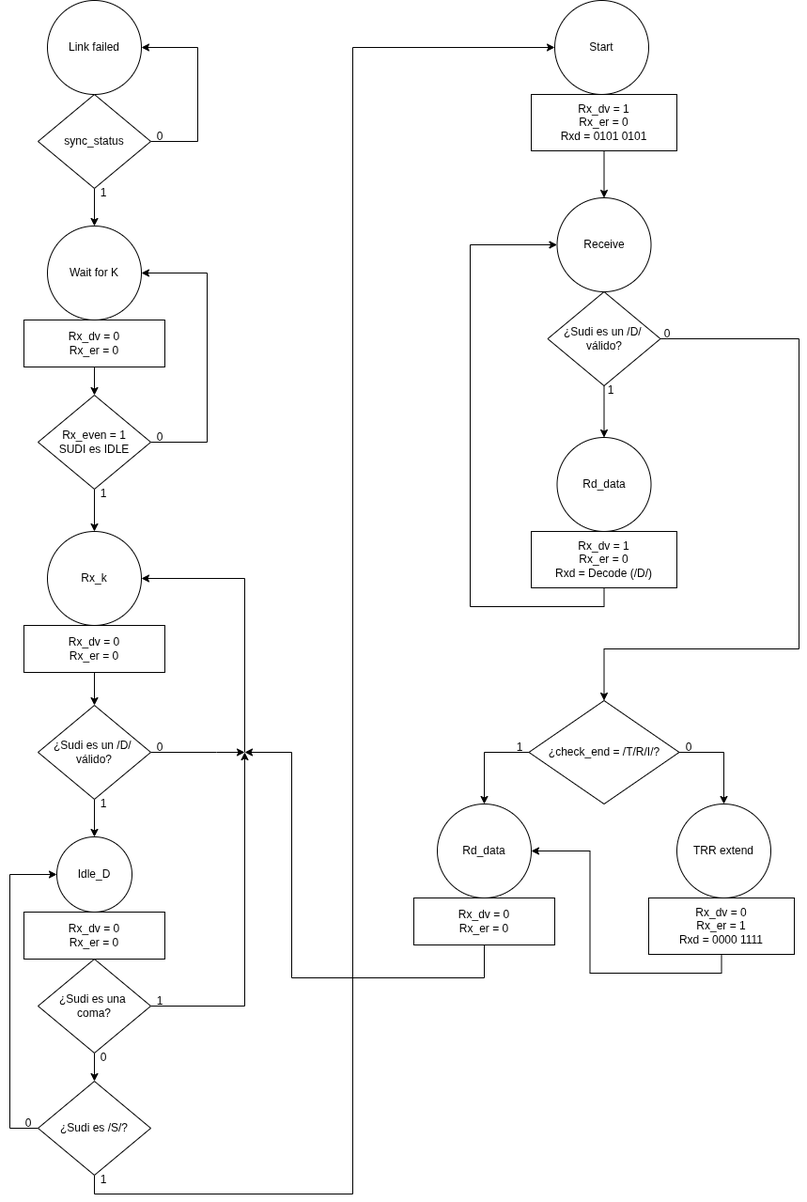
The draw.io diagram docs/images/receive_asm.png in dan1elsaenz/ie0523-proyecto, before a commit. Source tidied: cells renumbered, new cells last; positions are measured from the earlier drawing's top-left corner, leaving out a move shared by most shapes.
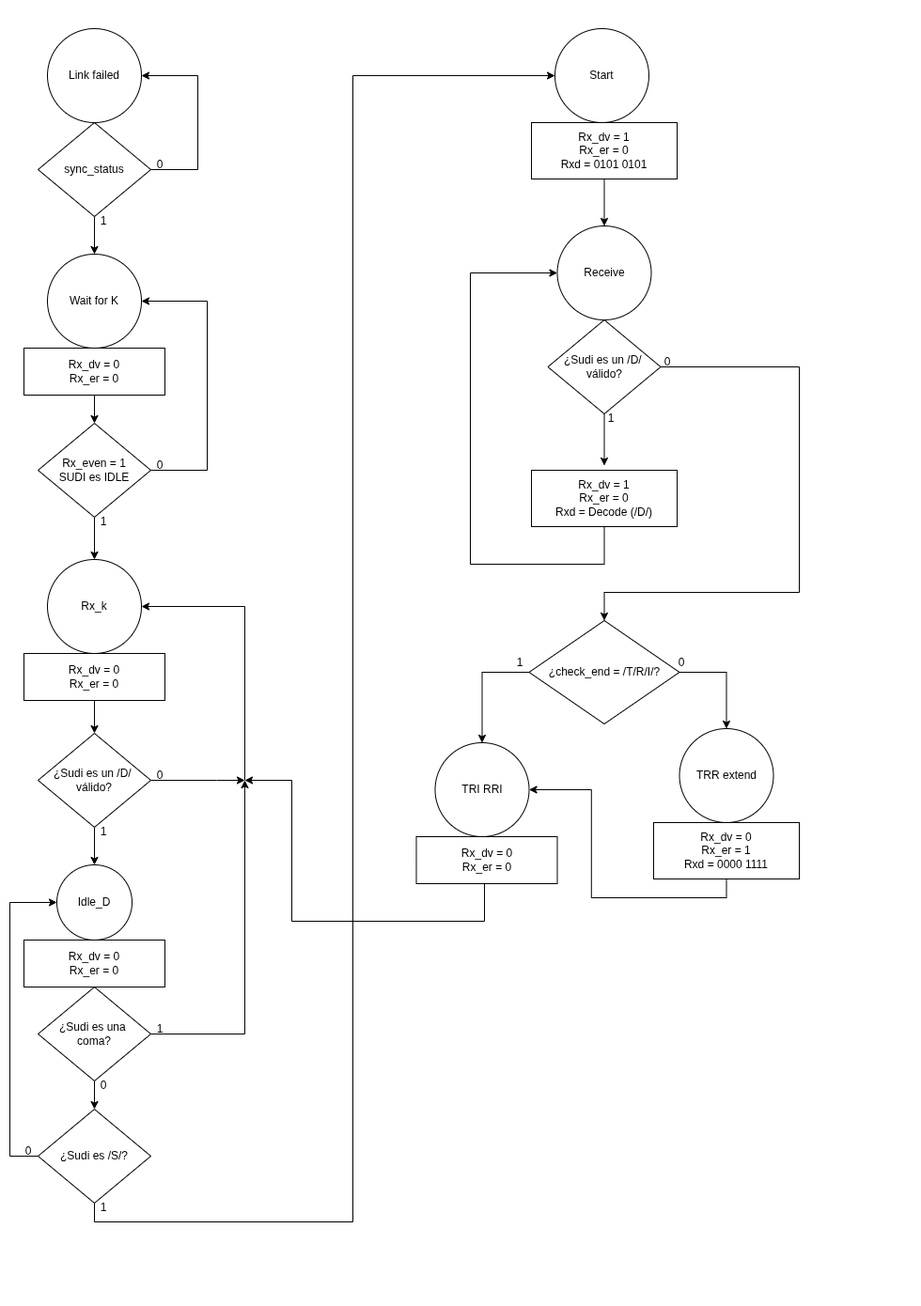
Later version of the same file.

Diff of the diagram source:
```diff
@@ -142,35 +142,34 @@
     <mxCell id="39" value="Receive" style="ellipse;whiteSpace=wrap;html=1;" parent="1" vertex="1">
       <mxGeometry x="592.5" y="210" width="100" height="100" as="geometry" />
     </mxCell>
-    <mxCell id="40" style="edgeStyle=orthogonalEdgeStyle;rounded=0;jettySize=auto;html=1;exitX=0.5;exitY=1;exitDx=0;exitDy=0;entryX=0.5;entryY=0;entryDx=0;entryDy=0;" parent="1" edge="1" source="42" target="43">
-      <mxGeometry relative="1" as="geometry" />
+    <mxCell id="40" style="edgeStyle=orthogonalEdgeStyle;rounded=0;jettySize=auto;html=1;exitX=0.5;exitY=1;exitDx=0;exitDy=0;entryX=0.5;entryY=0;entryDx=0;entryDy=0;" parent="1" edge="1" source="42">
+      <mxGeometry relative="1" as="geometry">
+        <mxPoint x="642.5" y="465" as="targetPoint" />
+      </mxGeometry>
     </mxCell>
     <mxCell id="41" style="edgeStyle=orthogonalEdgeStyle;rounded=0;jettySize=auto;html=1;exitX=1;exitY=0.5;exitDx=0;exitDy=0;entryX=0.5;entryY=0;entryDx=0;entryDy=0;" parent="1" edge="1" source="42" target="49">
       <mxGeometry relative="1" as="geometry">
         <Array as="points">
           <mxPoint x="850" y="360" />
-          <mxPoint x="850" y="690" />
-          <mxPoint x="643" y="690" />
+          <mxPoint x="850" y="600" />
+          <mxPoint x="643" y="600" />
         </Array>
       </mxGeometry>
     </mxCell>
     <mxCell id="42" value="¿Sudi es un /D/&amp;nbsp;&lt;div&gt;válido?&lt;/div&gt;" style="rhombus;whiteSpace=wrap;html=1;" parent="1" vertex="1">
       <mxGeometry x="582.5" y="310" width="120" height="100" as="geometry" />
     </mxCell>
-    <mxCell id="43" value="Rd_data" style="ellipse;whiteSpace=wrap;html=1;" parent="1" vertex="1">
-      <mxGeometry x="592.5" y="465" width="100" height="100" as="geometry" />
-    </mxCell>
     <mxCell id="44" style="edgeStyle=orthogonalEdgeStyle;rounded=0;jettySize=auto;html=1;exitX=0.5;exitY=1;exitDx=0;exitDy=0;entryX=0;entryY=0.5;entryDx=0;entryDy=0;" parent="1" edge="1" source="45" target="39">
       <mxGeometry relative="1" as="geometry">
         <Array as="points">
-          <mxPoint x="643" y="645" />
-          <mxPoint x="500" y="645" />
+          <mxPoint x="643" y="570" />
+          <mxPoint x="500" y="570" />
           <mxPoint x="500" y="260" />
         </Array>
       </mxGeometry>
     </mxCell>
     <mxCell id="45" value="Rx_dv = 1&lt;div&gt;Rx_er = 0&lt;/div&gt;&lt;div&gt;Rxd = Decode (/D/)&lt;/div&gt;" style="rounded=0;whiteSpace=wrap;html=1;" parent="1" vertex="1">
-      <mxGeometry x="565" y="565" width="155" height="60" as="geometry" />
+      <mxGeometry x="565" y="470" width="155" height="60" as="geometry" />
     </mxCell>
     <mxCell id="46" value="1" style="text;html=1;whiteSpace=wrap;strokeColor=none;fillColor=none;align=center;verticalAlign=middle;rounded=0;" parent="1" vertex="1">
       <mxGeometry x="620" y="400" width="60" height="30" as="geometry" />
@@ -182,38 +181,39 @@
       <mxGeometry relative="1" as="geometry" />
     </mxCell>
     <mxCell id="49" value="¿check_end = /T/R/I/?" style="rhombus;whiteSpace=wrap;html=1;" parent="1" vertex="1">
-      <mxGeometry x="562.5" y="745" width="160" height="110" as="geometry" />
+      <mxGeometry x="562.5" y="630" width="160" height="110" as="geometry" />
     </mxCell>
     <mxCell id="50" value="TRR extend" style="ellipse;whiteSpace=wrap;html=1;" parent="1" vertex="1">
-      <mxGeometry x="720" y="855" width="100" height="100" as="geometry" />
+      <mxGeometry x="722.5" y="745" width="100" height="100" as="geometry" />
     </mxCell>
-    <mxCell id="51" value="Rd_data" style="ellipse;whiteSpace=wrap;html=1;" parent="1" vertex="1">
-      <mxGeometry x="465" y="855" width="100" height="100" as="geometry" />
+    <mxCell id="51" value="TRI RRI" style="ellipse;whiteSpace=wrap;html=1;" parent="1" vertex="1">
+      <mxGeometry x="462.5" y="760" width="100" height="100" as="geometry" />
     </mxCell>
     <mxCell id="52" value="1" style="text;html=1;whiteSpace=wrap;strokeColor=none;fillColor=none;align=center;verticalAlign=middle;rounded=0;" parent="1" vertex="1">
-      <mxGeometry x="522.5" y="780" width="60" height="30" as="geometry" />
+      <mxGeometry x="522.5" y="660" width="60" height="30" as="geometry" />
     </mxCell>
     <mxCell id="53" value="0" style="text;html=1;whiteSpace=wrap;strokeColor=none;fillColor=none;align=center;verticalAlign=middle;rounded=0;" parent="1" vertex="1">
-      <mxGeometry x="702.5" y="780" width="60" height="30" as="geometry" />
+      <mxGeometry x="695" y="660" width="60" height="30" as="geometry" />
     </mxCell>
     <mxCell id="54" style="edgeStyle=orthogonalEdgeStyle;rounded=0;jettySize=auto;html=1;exitX=0.5;exitY=1;exitDx=0;exitDy=0;entryX=1;entryY=0.5;entryDx=0;entryDy=0;" parent="1" edge="1" source="55" target="51">
       <mxGeometry relative="1" as="geometry" />
     </mxCell>
     <mxCell id="55" value="Rx_dv = 0&lt;div&gt;Rx_er = 1&lt;/div&gt;&lt;div&gt;Rxd = 0000 1111&lt;/div&gt;" style="rounded=0;whiteSpace=wrap;html=1;" parent="1" vertex="1">
-      <mxGeometry x="690" y="955" width="155" height="60" as="geometry" />
+      <mxGeometry x="695" y="845" width="155" height="60" as="geometry" />
     </mxCell>
     <mxCell id="56" style="edgeStyle=orthogonalEdgeStyle;rounded=0;jettySize=auto;html=1;exitX=0.5;exitY=1;exitDx=0;exitDy=0;" parent="1" edge="1" source="57">
       <mxGeometry relative="1" as="geometry">
         <mxPoint x="260" y="800" as="targetPoint" />
         <Array as="points">
-          <mxPoint x="515" y="1040" />
-          <mxPoint x="310" y="1040" />
+          <mxPoint x="515" y="910" />
+          <mxPoint x="515" y="950" />
+          <mxPoint x="310" y="950" />
           <mxPoint x="310" y="800" />
         </Array>
       </mxGeometry>
     </mxCell>
     <mxCell id="57" value="Rx_dv = 0&lt;div&gt;Rx_er = 0&lt;/div&gt;" style="rounded=0;whiteSpace=wrap;html=1;" parent="1" vertex="1">
-      <mxGeometry x="440" y="955" width="150" height="50" as="geometry" />
+      <mxGeometry x="442.5" y="860" width="150" height="50" as="geometry" />
     </mxCell>
     <mxCell id="58" value="0" style="text;html=1;whiteSpace=wrap;strokeColor=none;fillColor=none;align=center;verticalAlign=middle;rounded=0;" parent="1" vertex="1">
       <mxGeometry x="680" y="340" width="60" height="30" as="geometry" />
```
